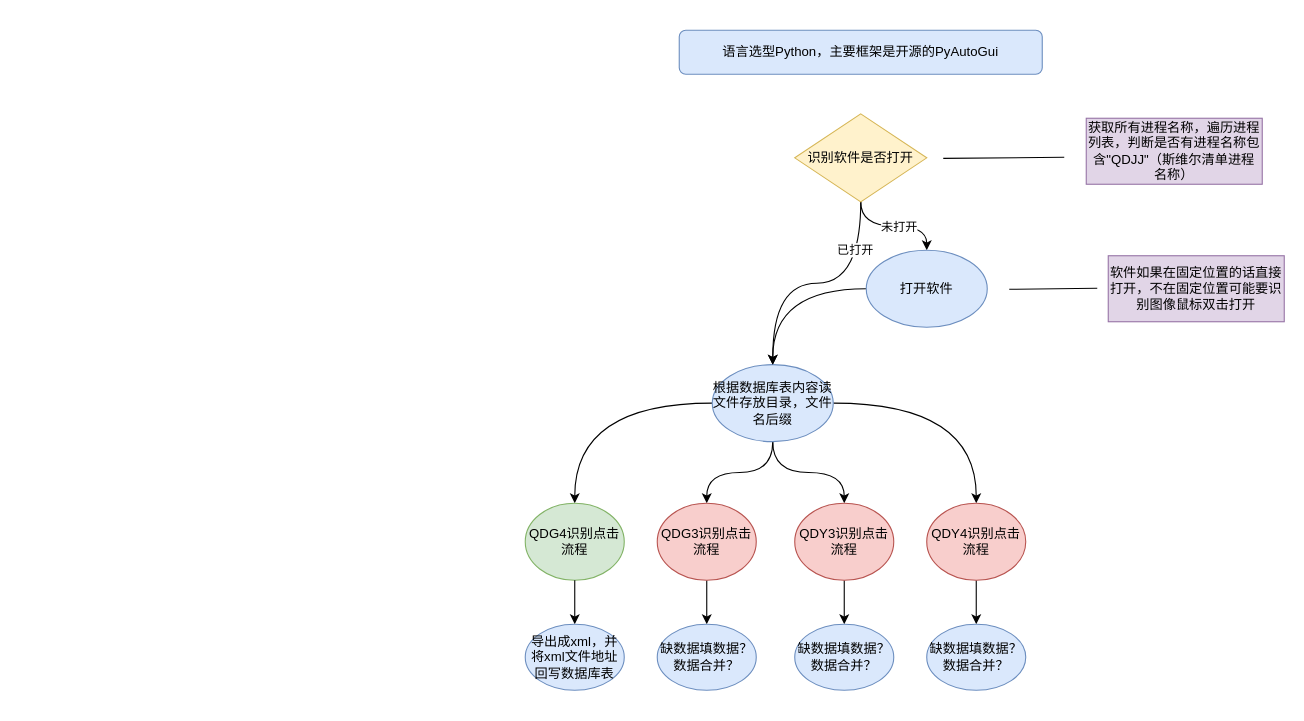
Earlier version of the draw.io diagram draw.io/python按键精灵方案.drawio (KeatonLi/pictures). Source tidied: cells renumbered, new cells numbered last; positions are measured from the earlier drawing's top-left corner, leaving out a move shared by most shapes. Both pictures are drawn from the tidied source at 110%, with x=0, y=0 at pixel (525, 30).
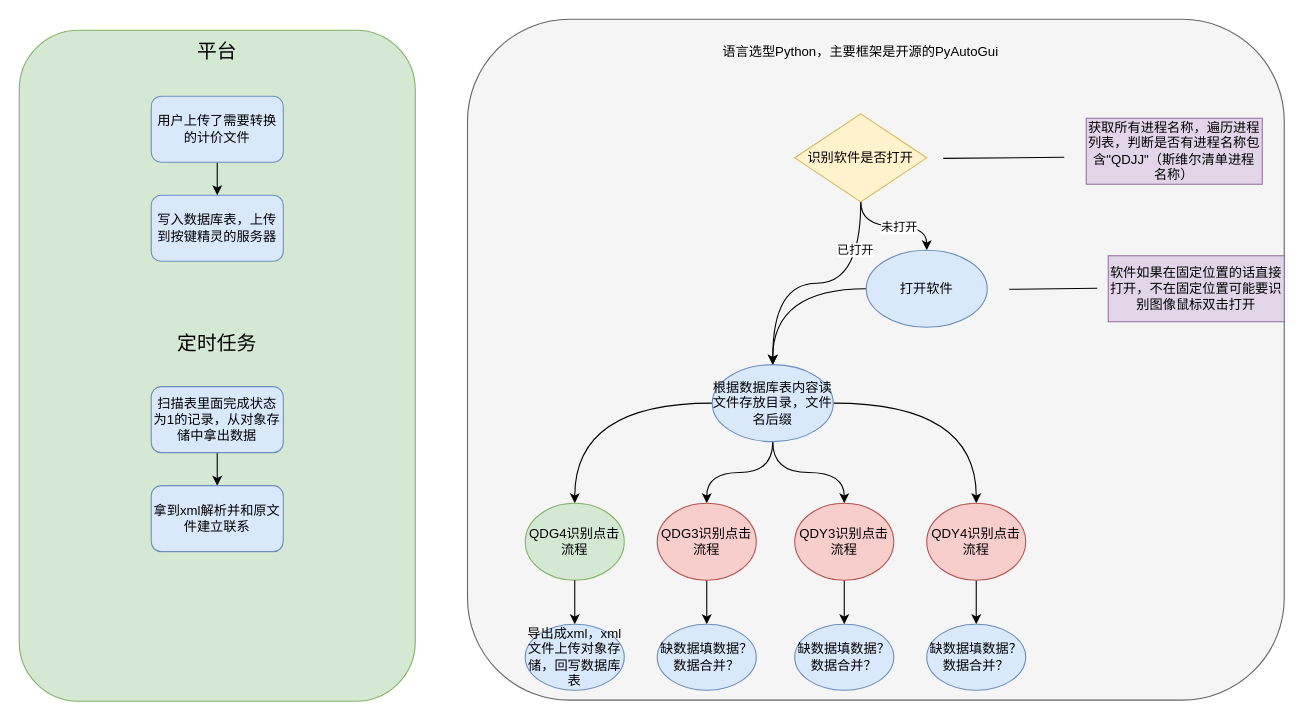
After the change.

Commit message (it also covers changes not shown here):
更新python按键精灵方案.drawio

What changed in the source:
```diff
@@
-    <mxCell id="2" style="rounded=1;whiteSpace=wrap;html=1;fillColor=#dae8fc;strokeColor=#6c8ebf;" parent="1" vertex="1">
-      <mxGeometry x="140" width="330" height="40" as="geometry" />
-    </mxCell>
+    <mxCell id="32" style="rounded=1;whiteSpace=wrap;html=1;fillColor=#f5f5f5;fontColor=#333333;strokeColor=#666666;" parent="1" vertex="1">
+      <mxGeometry x="-52.5" y="-10" width="742.5" height="619" as="geometry" />
+    </mxCell>
@@
-    <mxCell id="28" value="导出成xml，并将xml文件地址回写数据库表" style="ellipse;whiteSpace=wrap;html=1;fillColor=#dae8fc;strokeColor=#6c8ebf;" parent="1" vertex="1">
+    <mxCell id="28" value="导出成xml，xml文件上传对象存储，回写数据库表" style="ellipse;whiteSpace=wrap;html=1;fillColor=#dae8fc;strokeColor=#6c8ebf;" parent="1" vertex="1">
       <mxGeometry y="540" width="90" height="60" as="geometry" />
     </mxCell>
@@
+    <mxCell id="33" style="rounded=1;whiteSpace=wrap;html=1;fillColor=#d5e8d4;strokeColor=#82b366;" parent="1" vertex="1">
+      <mxGeometry x="-460" width="360" height="610" as="geometry" />
+    </mxCell>
+    <mxCell id="34" value="&lt;font style=&quot;font-size: 18px;&quot;&gt;平台&lt;/font&gt;" style="text;html=1;strokeColor=none;fillColor=none;align=center;verticalAlign=middle;whiteSpace=wrap;rounded=0;" parent="1" vertex="1">
+      <mxGeometry x="-395" y="15" width="230" height="10" as="geometry" />
+    </mxCell>
+    <mxCell id="35" value="写入数据库表，上传到按键精灵的服务器" style="rounded=1;whiteSpace=wrap;html=1;fillColor=#dae8fc;strokeColor=#6c8ebf;" parent="1" vertex="1">
+      <mxGeometry x="-340" y="150" width="120" height="60" as="geometry" />
+    </mxCell>
+    <mxCell id="36" style="edgeStyle=orthogonalEdgeStyle;rounded=0;jettySize=auto;html=1;entryX=0.5;entryY=0;entryDx=0;entryDy=0;" parent="1" edge="1" source="37" target="35">
+      <mxGeometry relative="1" as="geometry" />
+    </mxCell>
+    <mxCell id="37" value="用户上传了需要转换的计价文件" style="rounded=1;whiteSpace=wrap;html=1;fillColor=#dae8fc;strokeColor=#6c8ebf;" parent="1" vertex="1">
+      <mxGeometry x="-340" y="60" width="120" height="60" as="geometry" />
+    </mxCell>
+    <mxCell id="38" style="edgeStyle=orthogonalEdgeStyle;rounded=0;jettySize=auto;html=1;" parent="1" edge="1" source="39" target="41">
+      <mxGeometry relative="1" as="geometry" />
+    </mxCell>
+    <mxCell id="39" value="扫描表里面完成状态为1的记录，从对象存储中拿出数据" style="rounded=1;whiteSpace=wrap;html=1;fillColor=#dae8fc;strokeColor=#6c8ebf;" parent="1" vertex="1">
+      <mxGeometry x="-340" y="324" width="120" height="60" as="geometry" />
+    </mxCell>
+    <mxCell id="40" value="&lt;font style=&quot;font-size: 18px;&quot;&gt;定时任务&lt;/font&gt;" style="text;html=1;strokeColor=none;fillColor=none;align=center;verticalAlign=middle;whiteSpace=wrap;rounded=0;" parent="1" vertex="1">
+      <mxGeometry x="-395" y="280" width="230" height="10" as="geometry" />
+    </mxCell>
+    <mxCell id="41" value="拿到xml解析并和原文件建立联系" style="rounded=1;whiteSpace=wrap;html=1;fillColor=#dae8fc;strokeColor=#6c8ebf;" parent="1" vertex="1">
+      <mxGeometry x="-340" y="414" width="120" height="60" as="geometry" />
+    </mxCell>
```
